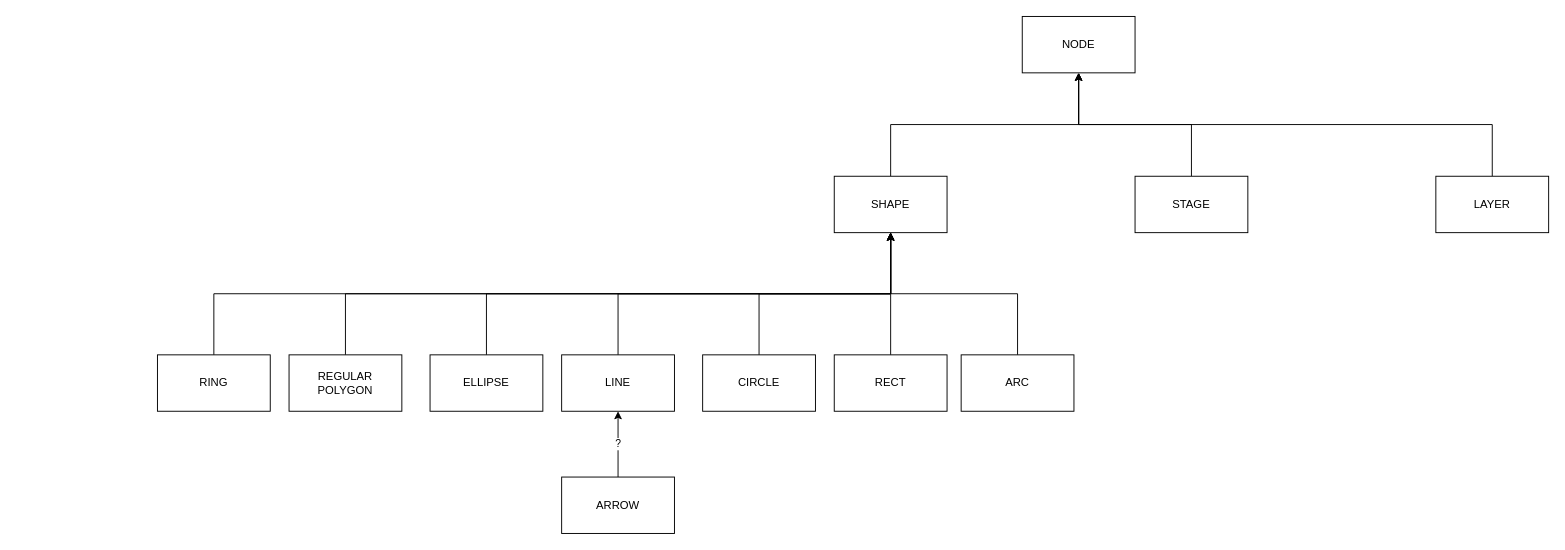
The draw.io diagram Docs/KonvaHierarchy.drawio in xevilmaxx/BlazorKonva, before the edit. Source tidied: cells renumbered, new cells numbered last; positions are measured from the earlier drawing's top-left corner, leaving out a move shared by most shapes. Both pictures are drawn from the tidied source at 94%, with x=0, y=0 at pixel (157, 16).
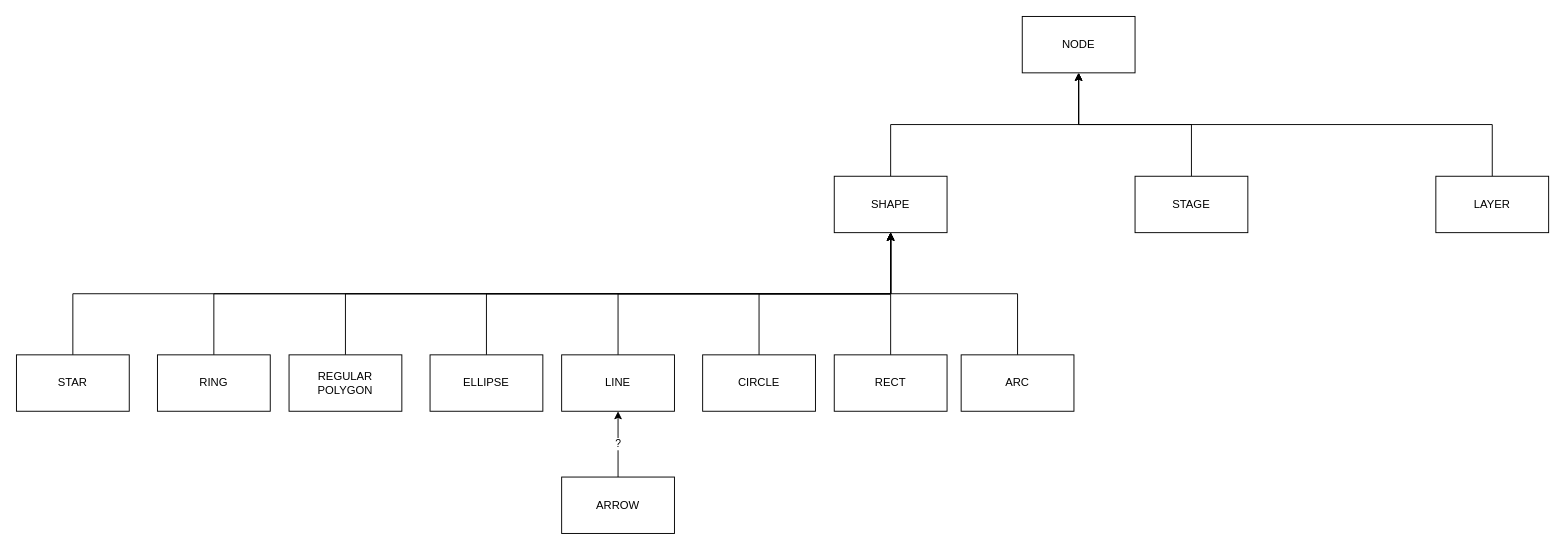
The same page after the edit.

The change refers to these unchanged cells:
```xml
<mxCell id="4" value="SHAPE" style="rounded=0;whiteSpace=wrap;html=1;" parent="1" vertex="1">
  <mxGeometry x="720" y="170" width="120" height="60" as="geometry" />
</mxCell>
```

Diff of the diagram source:
```diff
@@
+    <mxCell id="25" style="edgeStyle=orthogonalEdgeStyle;rounded=0;jettySize=auto;html=1;entryX=0.5;entryY=1;entryDx=0;entryDy=0;exitX=0.5;exitY=0;exitDx=0;exitDy=0;" parent="1" edge="1" source="26" target="4">
+      <mxGeometry relative="1" as="geometry" />
+    </mxCell>
+    <mxCell id="26" value="STAR" style="rounded=0;whiteSpace=wrap;html=1;" parent="1" vertex="1">
+      <mxGeometry x="-150" y="360" width="120" height="60" as="geometry" />
+    </mxCell>
```
